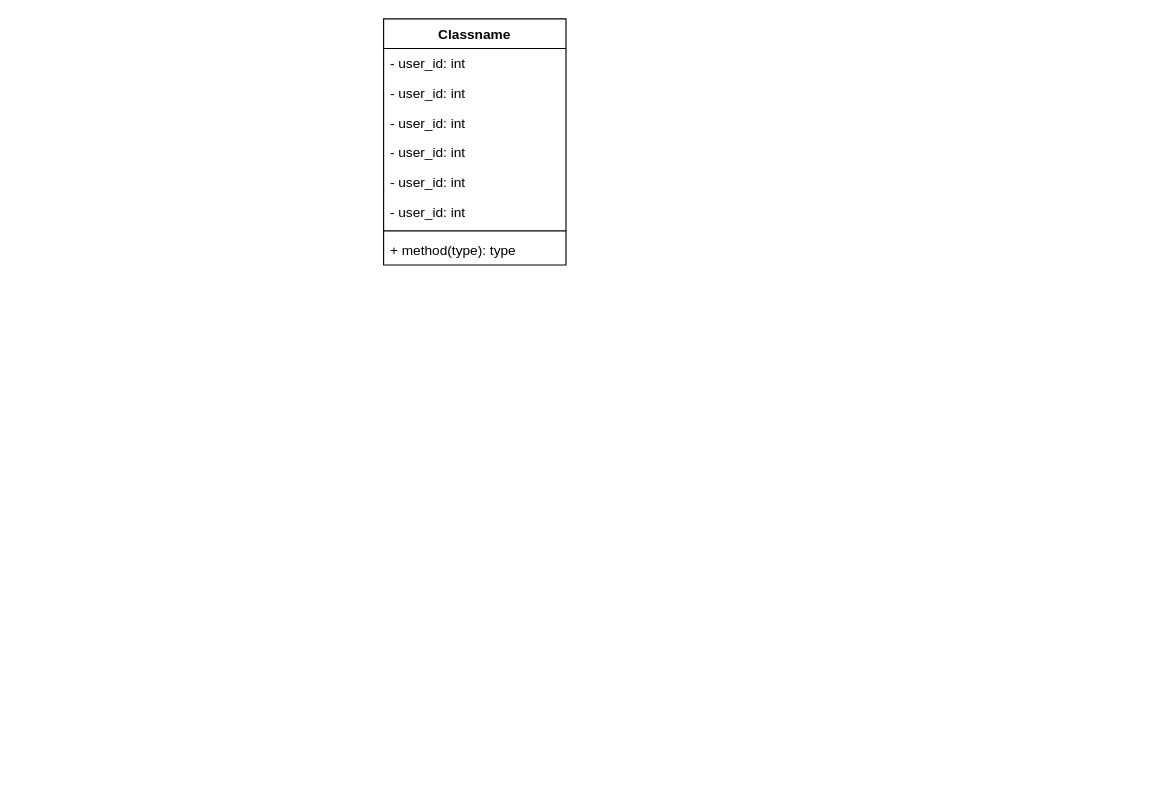
The draw.io diagram page "Class Diagram" (3 of 4) of DellEvent.drawio in frostyseb/ITDP, before the edit. Source tidied: cells renumbered, new cells numbered last; positions are measured from the earlier drawing's top-left corner, leaving out a move shared by most shapes. Both pictures are drawn from the tidied source at 114%, with x=0, y=0 at pixel (383, 18).
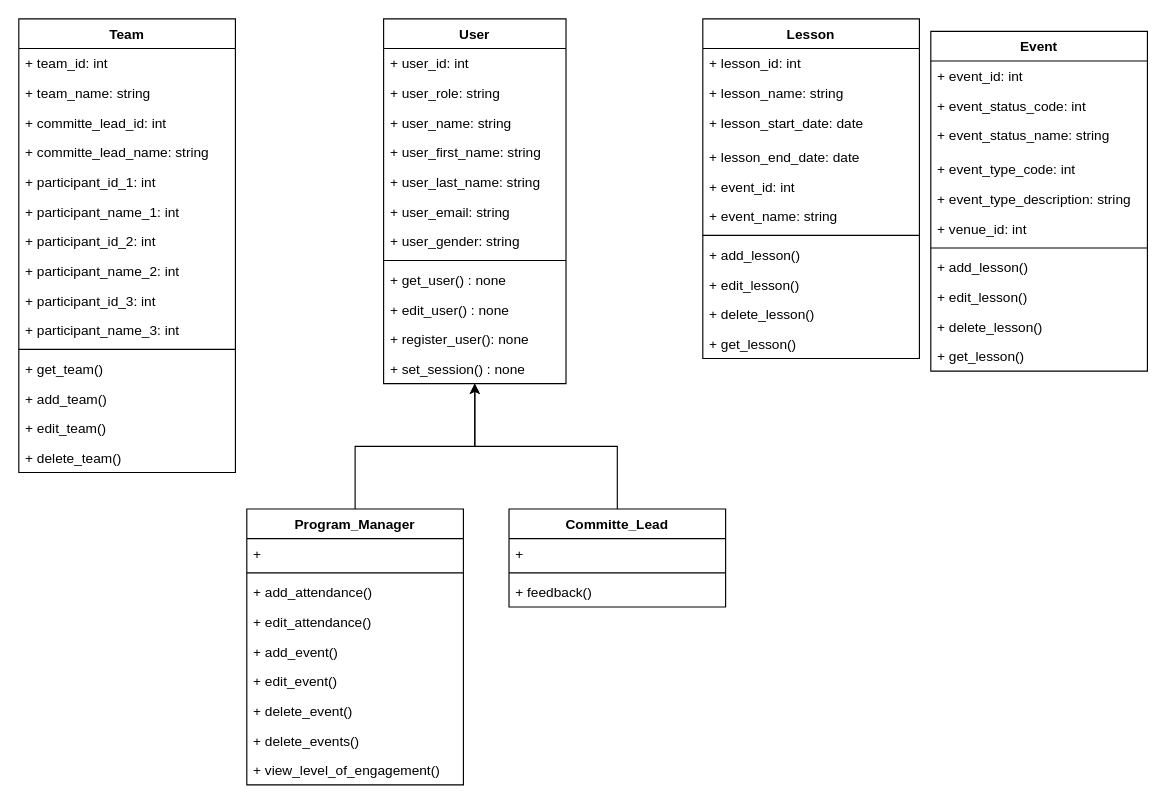
The same page after the edit.

Diff of the diagram source:
```diff
@@
-    <mxCell id="2" value="Classname" style="swimlane;fontStyle=1;align=center;verticalAlign=top;horizontal=1;startSize=26;" parent="1" vertex="1">
-      <mxGeometry width="160" height="216" as="geometry" />
+    <mxCell id="2" value="User" style="swimlane;fontStyle=1;align=center;verticalAlign=top;horizontal=1;startSize=26;" parent="1" vertex="1">
+      <mxGeometry width="160" height="320" as="geometry" />
     </mxCell>
-    <mxCell id="3" value="- user_id: int" style="text;strokeColor=none;fillColor=none;align=left;verticalAlign=top;spacingLeft=4;spacingRight=4;overflow=hidden;" parent="2" vertex="1">
+    <mxCell id="3" value="+ user_id: int" style="text;strokeColor=none;fillColor=none;align=left;verticalAlign=top;spacingLeft=4;spacingRight=4;overflow=hidden;" parent="2" vertex="1">
       <mxGeometry y="26" width="160" height="26" as="geometry" />
     </mxCell>
-    <mxCell id="4" value="- user_id: int" style="text;strokeColor=none;fillColor=none;align=left;verticalAlign=top;spacingLeft=4;spacingRight=4;overflow=hidden;" parent="2" vertex="1">
+    <mxCell id="4" value="+ user_role: string" style="text;strokeColor=none;fillColor=none;align=left;verticalAlign=top;spacingLeft=4;spacingRight=4;overflow=hidden;" parent="2" vertex="1">
       <mxGeometry y="52" width="160" height="26" as="geometry" />
     </mxCell>
-    <mxCell id="5" value="- user_id: int" style="text;strokeColor=none;fillColor=none;align=left;verticalAlign=top;spacingLeft=4;spacingRight=4;overflow=hidden;" parent="2" vertex="1">
+    <mxCell id="5" value="+ user_name: string" style="text;strokeColor=none;fillColor=none;align=left;verticalAlign=top;spacingLeft=4;spacingRight=4;overflow=hidden;" parent="2" vertex="1">
       <mxGeometry y="78" width="160" height="26" as="geometry" />
     </mxCell>
-    <mxCell id="6" value="- user_id: int" style="text;strokeColor=none;fillColor=none;align=left;verticalAlign=top;spacingLeft=4;spacingRight=4;overflow=hidden;" parent="2" vertex="1">
+    <mxCell id="6" value="+ user_first_name: string" style="text;strokeColor=none;fillColor=none;align=left;verticalAlign=top;spacingLeft=4;spacingRight=4;overflow=hidden;" parent="2" vertex="1">
       <mxGeometry y="104" width="160" height="26" as="geometry" />
     </mxCell>
-    <mxCell id="7" value="- user_id: int" style="text;strokeColor=none;fillColor=none;align=left;verticalAlign=top;spacingLeft=4;spacingRight=4;overflow=hidden;" parent="2" vertex="1">
+    <mxCell id="7" value="+ user_last_name: string" style="text;strokeColor=none;fillColor=none;align=left;verticalAlign=top;spacingLeft=4;spacingRight=4;overflow=hidden;" parent="2" vertex="1">
       <mxGeometry y="130" width="160" height="26" as="geometry" />
     </mxCell>
-    <mxCell id="8" value="- user_id: int" style="text;strokeColor=none;fillColor=none;align=left;verticalAlign=top;spacingLeft=4;spacingRight=4;overflow=hidden;" parent="2" vertex="1">
+    <mxCell id="8" value="+ user_email: string" style="text;strokeColor=none;fillColor=none;align=left;verticalAlign=top;spacingLeft=4;spacingRight=4;overflow=hidden;" parent="2" vertex="1">
       <mxGeometry y="156" width="160" height="26" as="geometry" />
     </mxCell>
+    <mxCell id="11" value="+ user_gender: string" style="text;strokeColor=none;fillColor=none;align=left;verticalAlign=top;spacingLeft=4;spacingRight=4;overflow=hidden;" parent="2" vertex="1">
+      <mxGeometry y="182" width="160" height="26" as="geometry" />
+    </mxCell>
     <mxCell id="9" style="line;strokeWidth=1;fillColor=none;align=left;verticalAlign=middle;spacingTop=-1;spacingLeft=3;spacingRight=3;labelPosition=right;" parent="2" vertex="1">
-      <mxGeometry y="182" width="160" height="8" as="geometry" />
+      <mxGeometry y="208" width="160" height="8" as="geometry" />
     </mxCell>
-    <mxCell id="10" value="+ method(type): type" style="text;strokeColor=none;fillColor=none;align=left;verticalAlign=top;spacingLeft=4;spacingRight=4;overflow=hidden;" parent="2" vertex="1">
-      <mxGeometry y="190" width="160" height="26" as="geometry" />
+    <mxCell id="10" value="+ get_user() : none" style="text;strokeColor=none;fillColor=none;align=left;verticalAlign=top;spacingLeft=4;spacingRight=4;overflow=hidden;" parent="2" vertex="1">
+      <mxGeometry y="216" width="160" height="26" as="geometry" />
     </mxCell>
+    <mxCell id="12" value="+ edit_user() : none" style="text;strokeColor=none;fillColor=none;align=left;verticalAlign=top;spacingLeft=4;spacingRight=4;overflow=hidden;" parent="2" vertex="1">
+      <mxGeometry y="242" width="160" height="26" as="geometry" />
+    </mxCell>
+    <mxCell id="13" value="+ register_user(): none" style="text;strokeColor=none;fillColor=none;align=left;verticalAlign=top;spacingLeft=4;spacingRight=4;overflow=hidden;" parent="2" vertex="1">
+      <mxGeometry y="268" width="160" height="26" as="geometry" />
+    </mxCell>
+    <mxCell id="14" value="+ set_session() : none" style="text;strokeColor=none;fillColor=none;align=left;verticalAlign=top;spacingLeft=4;spacingRight=4;overflow=hidden;" parent="2" vertex="1">
+      <mxGeometry y="294" width="160" height="26" as="geometry" />
+    </mxCell>
+    <mxCell id="15" style="edgeStyle=orthogonalEdgeStyle;rounded=0;jettySize=auto;html=1;" parent="1" edge="1" source="16" target="2">
+      <mxGeometry relative="1" as="geometry" />
+    </mxCell>
+    <mxCell id="16" value="Program_Manager" style="swimlane;fontStyle=1;align=center;verticalAlign=top;horizontal=1;startSize=26;" parent="1" vertex="1">
+      <mxGeometry x="-120" y="430" width="190" height="242" as="geometry" />
+    </mxCell>
+    <mxCell id="17" value="+" style="text;strokeColor=none;fillColor=none;align=left;verticalAlign=top;spacingLeft=4;spacingRight=4;overflow=hidden;" parent="16" vertex="1">
+      <mxGeometry y="26" width="190" height="26" as="geometry" />
+    </mxCell>
+    <mxCell id="18" style="line;strokeWidth=1;fillColor=none;align=left;verticalAlign=middle;spacingTop=-1;spacingLeft=3;spacingRight=3;labelPosition=right;" parent="16" vertex="1">
+      <mxGeometry y="52" width="190" height="8" as="geometry" />
+    </mxCell>
+    <mxCell id="19" value="+ add_attendance()" style="text;strokeColor=none;fillColor=none;align=left;verticalAlign=top;spacingLeft=4;spacingRight=4;overflow=hidden;" parent="16" vertex="1">
+      <mxGeometry y="60" width="190" height="26" as="geometry" />
+    </mxCell>
+    <mxCell id="20" value="+ edit_attendance()" style="text;strokeColor=none;fillColor=none;align=left;verticalAlign=top;spacingLeft=4;spacingRight=4;overflow=hidden;" parent="16" vertex="1">
+      <mxGeometry y="86" width="190" height="26" as="geometry" />
+    </mxCell>
+    <mxCell id="21" value="+ add_event()" style="text;strokeColor=none;fillColor=none;align=left;verticalAlign=top;spacingLeft=4;spacingRight=4;overflow=hidden;" parent="16" vertex="1">
+      <mxGeometry y="112" width="190" height="26" as="geometry" />
+    </mxCell>
+    <mxCell id="22" value="+ edit_event()" style="text;strokeColor=none;fillColor=none;align=left;verticalAlign=top;spacingLeft=4;spacingRight=4;overflow=hidden;" parent="16" vertex="1">
+      <mxGeometry y="138" width="190" height="26" as="geometry" />
+    </mxCell>
+    <mxCell id="23" value="+ delete_event()" style="text;strokeColor=none;fillColor=none;align=left;verticalAlign=top;spacingLeft=4;spacingRight=4;overflow=hidden;" parent="16" vertex="1">
+      <mxGeometry y="164" width="190" height="26" as="geometry" />
+    </mxCell>
+    <mxCell id="24" value="+ delete_events()" style="text;strokeColor=none;fillColor=none;align=left;verticalAlign=top;spacingLeft=4;spacingRight=4;overflow=hidden;" parent="16" vertex="1">
+      <mxGeometry y="190" width="190" height="26" as="geometry" />
+    </mxCell>
+    <mxCell id="25" value="+ view_level_of_engagement()" style="text;strokeColor=none;fillColor=none;align=left;verticalAlign=top;spacingLeft=4;spacingRight=4;overflow=hidden;" parent="16" vertex="1">
+      <mxGeometry y="216" width="190" height="26" as="geometry" />
+    </mxCell>
+    <mxCell id="26" style="edgeStyle=orthogonalEdgeStyle;rounded=0;jettySize=auto;html=1;" parent="1" edge="1" source="27" target="2">
+      <mxGeometry relative="1" as="geometry" />
+    </mxCell>
+    <mxCell id="27" value="Committe_Lead" style="swimlane;fontStyle=1;align=center;verticalAlign=top;horizontal=1;startSize=26;" parent="1" vertex="1">
+      <mxGeometry x="110" y="430" width="190" height="86" as="geometry" />
+    </mxCell>
+    <mxCell id="28" value="+" style="text;strokeColor=none;fillColor=none;align=left;verticalAlign=top;spacingLeft=4;spacingRight=4;overflow=hidden;" parent="27" vertex="1">
+      <mxGeometry y="26" width="190" height="26" as="geometry" />
+    </mxCell>
+    <mxCell id="29" style="line;strokeWidth=1;fillColor=none;align=left;verticalAlign=middle;spacingTop=-1;spacingLeft=3;spacingRight=3;labelPosition=right;" parent="27" vertex="1">
+      <mxGeometry y="52" width="190" height="8" as="geometry" />
+    </mxCell>
+    <mxCell id="30" value="+ feedback()" style="text;strokeColor=none;fillColor=none;align=left;verticalAlign=top;spacingLeft=4;spacingRight=4;overflow=hidden;" parent="27" vertex="1">
+      <mxGeometry y="60" width="190" height="26" as="geometry" />
+    </mxCell>
+    <mxCell id="31" value="Team" style="swimlane;fontStyle=1;align=center;verticalAlign=top;horizontal=1;startSize=26;" parent="1" vertex="1">
+      <mxGeometry x="-320" width="190" height="398" as="geometry" />
+    </mxCell>
+    <mxCell id="32" value="+ team_id: int" style="text;strokeColor=none;fillColor=none;align=left;verticalAlign=top;spacingLeft=4;spacingRight=4;overflow=hidden;" parent="31" vertex="1">
+      <mxGeometry y="26" width="190" height="26" as="geometry" />
+    </mxCell>
+    <mxCell id="33" value="+ team_name: string" style="text;strokeColor=none;fillColor=none;align=left;verticalAlign=top;spacingLeft=4;spacingRight=4;overflow=hidden;" parent="31" vertex="1">
+      <mxGeometry y="52" width="190" height="26" as="geometry" />
+    </mxCell>
+    <mxCell id="34" value="+ committe_lead_id: int" style="text;strokeColor=none;fillColor=none;align=left;verticalAlign=top;spacingLeft=4;spacingRight=4;overflow=hidden;" parent="31" vertex="1">
+      <mxGeometry y="78" width="190" height="26" as="geometry" />
+    </mxCell>
+    <mxCell id="35" value="+ committe_lead_name: string" style="text;strokeColor=none;fillColor=none;align=left;verticalAlign=top;spacingLeft=4;spacingRight=4;overflow=hidden;" parent="31" vertex="1">
+      <mxGeometry y="104" width="190" height="26" as="geometry" />
+    </mxCell>
+    <mxCell id="36" value="+ participant_id_1: int" style="text;strokeColor=none;fillColor=none;align=left;verticalAlign=top;spacingLeft=4;spacingRight=4;overflow=hidden;" parent="31" vertex="1">
+      <mxGeometry y="130" width="190" height="26" as="geometry" />
+    </mxCell>
+    <mxCell id="37" value="+ participant_name_1: int" style="text;strokeColor=none;fillColor=none;align=left;verticalAlign=top;spacingLeft=4;spacingRight=4;overflow=hidden;" parent="31" vertex="1">
+      <mxGeometry y="156" width="190" height="26" as="geometry" />
+    </mxCell>
+    <mxCell id="38" value="+ participant_id_2: int" style="text;strokeColor=none;fillColor=none;align=left;verticalAlign=top;spacingLeft=4;spacingRight=4;overflow=hidden;" parent="31" vertex="1">
+      <mxGeometry y="182" width="190" height="26" as="geometry" />
+    </mxCell>
+    <mxCell id="39" value="+ participant_name_2: int" style="text;strokeColor=none;fillColor=none;align=left;verticalAlign=top;spacingLeft=4;spacingRight=4;overflow=hidden;" parent="31" vertex="1">
+      <mxGeometry y="208" width="190" height="26" as="geometry" />
+    </mxCell>
+    <mxCell id="40" value="+ participant_id_3: int" style="text;strokeColor=none;fillColor=none;align=left;verticalAlign=top;spacingLeft=4;spacingRight=4;overflow=hidden;" parent="31" vertex="1">
+      <mxGeometry y="234" width="190" height="26" as="geometry" />
+    </mxCell>
+    <mxCell id="41" value="+ participant_name_3: int" style="text;strokeColor=none;fillColor=none;align=left;verticalAlign=top;spacingLeft=4;spacingRight=4;overflow=hidden;" parent="31" vertex="1">
+      <mxGeometry y="260" width="190" height="26" as="geometry" />
+    </mxCell>
+    <mxCell id="42" style="line;strokeWidth=1;fillColor=none;align=left;verticalAlign=middle;spacingTop=-1;spacingLeft=3;spacingRight=3;labelPosition=right;" parent="31" vertex="1">
+      <mxGeometry y="286" width="190" height="8" as="geometry" />
+    </mxCell>
+    <mxCell id="43" value="+ get_team()" style="text;strokeColor=none;fillColor=none;align=left;verticalAlign=top;spacingLeft=4;spacingRight=4;overflow=hidden;" parent="31" vertex="1">
+      <mxGeometry y="294" width="190" height="26" as="geometry" />
+    </mxCell>
+    <mxCell id="44" value="+ add_team()" style="text;strokeColor=none;fillColor=none;align=left;verticalAlign=top;spacingLeft=4;spacingRight=4;overflow=hidden;" parent="31" vertex="1">
+      <mxGeometry y="320" width="190" height="26" as="geometry" />
+    </mxCell>
+    <mxCell id="45" value="+ edit_team()" style="text;strokeColor=none;fillColor=none;align=left;verticalAlign=top;spacingLeft=4;spacingRight=4;overflow=hidden;" parent="31" vertex="1">
+      <mxGeometry y="346" width="190" height="26" as="geometry" />
+    </mxCell>
+    <mxCell id="46" value="+ delete_team()" style="text;strokeColor=none;fillColor=none;align=left;verticalAlign=top;spacingLeft=4;spacingRight=4;overflow=hidden;" parent="31" vertex="1">
+      <mxGeometry y="372" width="190" height="26" as="geometry" />
+    </mxCell>
+    <mxCell id="47" value="Lesson" style="swimlane;fontStyle=1;align=center;verticalAlign=top;horizontal=1;startSize=26;" parent="1" vertex="1">
+      <mxGeometry x="280" width="190" height="298" as="geometry" />
+    </mxCell>
+    <mxCell id="48" value="+ lesson_id: int" style="text;strokeColor=none;fillColor=none;align=left;verticalAlign=top;spacingLeft=4;spacingRight=4;overflow=hidden;" parent="47" vertex="1">
+      <mxGeometry y="26" width="190" height="26" as="geometry" />
+    </mxCell>
+    <mxCell id="49" value="+ lesson_name: string" style="text;strokeColor=none;fillColor=none;align=left;verticalAlign=top;spacingLeft=4;spacingRight=4;overflow=hidden;" parent="47" vertex="1">
+      <mxGeometry y="52" width="190" height="26" as="geometry" />
+    </mxCell>
+    <mxCell id="50" value="+ lesson_start_date: date" style="text;strokeColor=none;fillColor=none;align=left;verticalAlign=top;spacingLeft=4;spacingRight=4;overflow=hidden;" parent="47" vertex="1">
+      <mxGeometry y="78" width="190" height="30" as="geometry" />
+    </mxCell>
+    <mxCell id="51" value="+ lesson_end_date: date" style="text;strokeColor=none;fillColor=none;align=left;verticalAlign=top;spacingLeft=4;spacingRight=4;overflow=hidden;" parent="47" vertex="1">
+      <mxGeometry y="108" width="190" height="26" as="geometry" />
+    </mxCell>
+    <mxCell id="52" value="+ event_id: int" style="text;strokeColor=none;fillColor=none;align=left;verticalAlign=top;spacingLeft=4;spacingRight=4;overflow=hidden;" parent="47" vertex="1">
+      <mxGeometry y="134" width="190" height="26" as="geometry" />
+    </mxCell>
+    <mxCell id="53" value="+ event_name: string" style="text;strokeColor=none;fillColor=none;align=left;verticalAlign=top;spacingLeft=4;spacingRight=4;overflow=hidden;" parent="47" vertex="1">
+      <mxGeometry y="160" width="190" height="26" as="geometry" />
+    </mxCell>
+    <mxCell id="54" style="line;strokeWidth=1;fillColor=none;align=left;verticalAlign=middle;spacingTop=-1;spacingLeft=3;spacingRight=3;labelPosition=right;" parent="47" vertex="1">
+      <mxGeometry y="186" width="190" height="8" as="geometry" />
+    </mxCell>
+    <mxCell id="55" value="+ add_lesson()" style="text;strokeColor=none;fillColor=none;align=left;verticalAlign=top;spacingLeft=4;spacingRight=4;overflow=hidden;" parent="47" vertex="1">
+      <mxGeometry y="194" width="190" height="26" as="geometry" />
+    </mxCell>
+    <mxCell id="56" value="+ edit_lesson()" style="text;strokeColor=none;fillColor=none;align=left;verticalAlign=top;spacingLeft=4;spacingRight=4;overflow=hidden;" parent="47" vertex="1">
+      <mxGeometry y="220" width="190" height="26" as="geometry" />
+    </mxCell>
+    <mxCell id="57" value="+ delete_lesson()" style="text;strokeColor=none;fillColor=none;align=left;verticalAlign=top;spacingLeft=4;spacingRight=4;overflow=hidden;" parent="47" vertex="1">
+      <mxGeometry y="246" width="190" height="26" as="geometry" />
+    </mxCell>
+    <mxCell id="58" value="+ get_lesson()" style="text;strokeColor=none;fillColor=none;align=left;verticalAlign=top;spacingLeft=4;spacingRight=4;overflow=hidden;" parent="47" vertex="1">
+      <mxGeometry y="272" width="190" height="26" as="geometry" />
+    </mxCell>
+    <mxCell id="59" value="Event" style="swimlane;fontStyle=1;align=center;verticalAlign=top;horizontal=1;startSize=26;" parent="1" vertex="1">
+      <mxGeometry x="480" y="11" width="190" height="298" as="geometry" />
+    </mxCell>
+    <mxCell id="60" value="+ event_id: int" style="text;strokeColor=none;fillColor=none;align=left;verticalAlign=top;spacingLeft=4;spacingRight=4;overflow=hidden;" parent="59" vertex="1">
+      <mxGeometry y="26" width="190" height="26" as="geometry" />
+    </mxCell>
+    <mxCell id="61" value="+ event_status_code: int" style="text;strokeColor=none;fillColor=none;align=left;verticalAlign=top;spacingLeft=4;spacingRight=4;overflow=hidden;" parent="59" vertex="1">
+      <mxGeometry y="52" width="190" height="26" as="geometry" />
+    </mxCell>
+    <mxCell id="62" value="+ event_status_name: string" style="text;strokeColor=none;fillColor=none;align=left;verticalAlign=top;spacingLeft=4;spacingRight=4;overflow=hidden;" parent="59" vertex="1">
+      <mxGeometry y="78" width="190" height="30" as="geometry" />
+    </mxCell>
+    <mxCell id="63" value="+ event_type_code: int" style="text;strokeColor=none;fillColor=none;align=left;verticalAlign=top;spacingLeft=4;spacingRight=4;overflow=hidden;" parent="59" vertex="1">
+      <mxGeometry y="108" width="190" height="26" as="geometry" />
+    </mxCell>
+    <mxCell id="64" value="+ event_type_description: string" style="text;strokeColor=none;fillColor=none;align=left;verticalAlign=top;spacingLeft=4;spacingRight=4;overflow=hidden;" parent="59" vertex="1">
+      <mxGeometry y="134" width="190" height="26" as="geometry" />
+    </mxCell>
+    <mxCell id="65" value="+ venue_id: int" style="text;strokeColor=none;fillColor=none;align=left;verticalAlign=top;spacingLeft=4;spacingRight=4;overflow=hidden;" parent="59" vertex="1">
+      <mxGeometry y="160" width="190" height="26" as="geometry" />
+    </mxCell>
+    <mxCell id="66" style="line;strokeWidth=1;fillColor=none;align=left;verticalAlign=middle;spacingTop=-1;spacingLeft=3;spacingRight=3;labelPosition=right;" parent="59" vertex="1">
+      <mxGeometry y="186" width="190" height="8" as="geometry" />
+    </mxCell>
+    <mxCell id="67" value="+ add_lesson()" style="text;strokeColor=none;fillColor=none;align=left;verticalAlign=top;spacingLeft=4;spacingRight=4;overflow=hidden;" parent="59" vertex="1">
+      <mxGeometry y="194" width="190" height="26" as="geometry" />
+    </mxCell>
+    <mxCell id="68" value="+ edit_lesson()" style="text;strokeColor=none;fillColor=none;align=left;verticalAlign=top;spacingLeft=4;spacingRight=4;overflow=hidden;" parent="59" vertex="1">
+      <mxGeometry y="220" width="190" height="26" as="geometry" />
+    </mxCell>
+    <mxCell id="69" value="+ delete_lesson()" style="text;strokeColor=none;fillColor=none;align=left;verticalAlign=top;spacingLeft=4;spacingRight=4;overflow=hidden;" parent="59" vertex="1">
+      <mxGeometry y="246" width="190" height="26" as="geometry" />
+    </mxCell>
+    <mxCell id="70" value="+ get_lesson()" style="text;strokeColor=none;fillColor=none;align=left;verticalAlign=top;spacingLeft=4;spacingRight=4;overflow=hidden;" parent="59" vertex="1">
+      <mxGeometry y="272" width="190" height="26" as="geometry" />
+    </mxCell>
```
